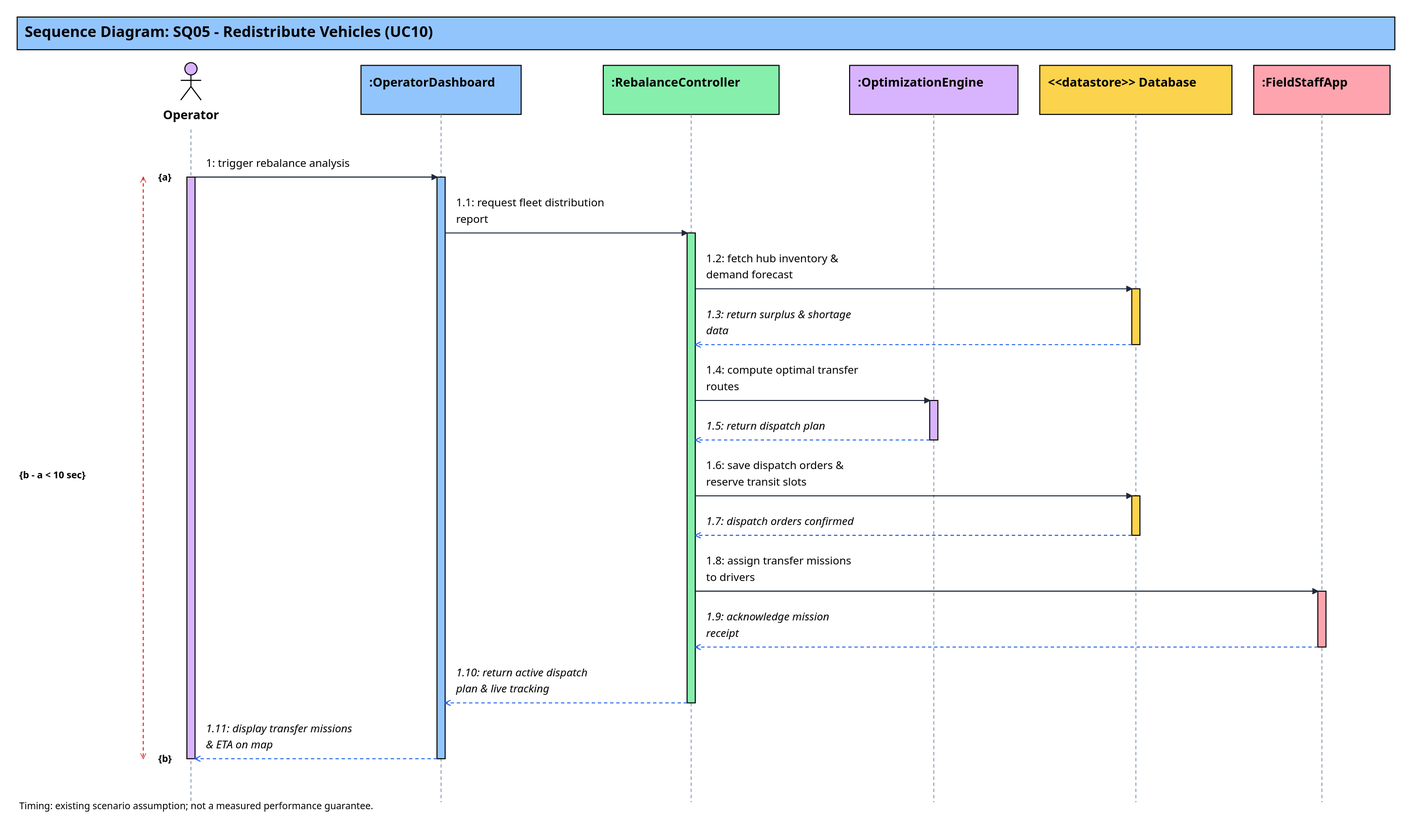
Above: 01_Diagram/02_Sequence_Diagram/SQ05-Redistribute_Vehicles.drawio.svg in YdtTran/software-engineerning (draw.io), before the change. Source tidied: cells renumbered, new cells last; positions are measured from the earlier drawing's top-left corner, leaving out a move shared by most shapes.
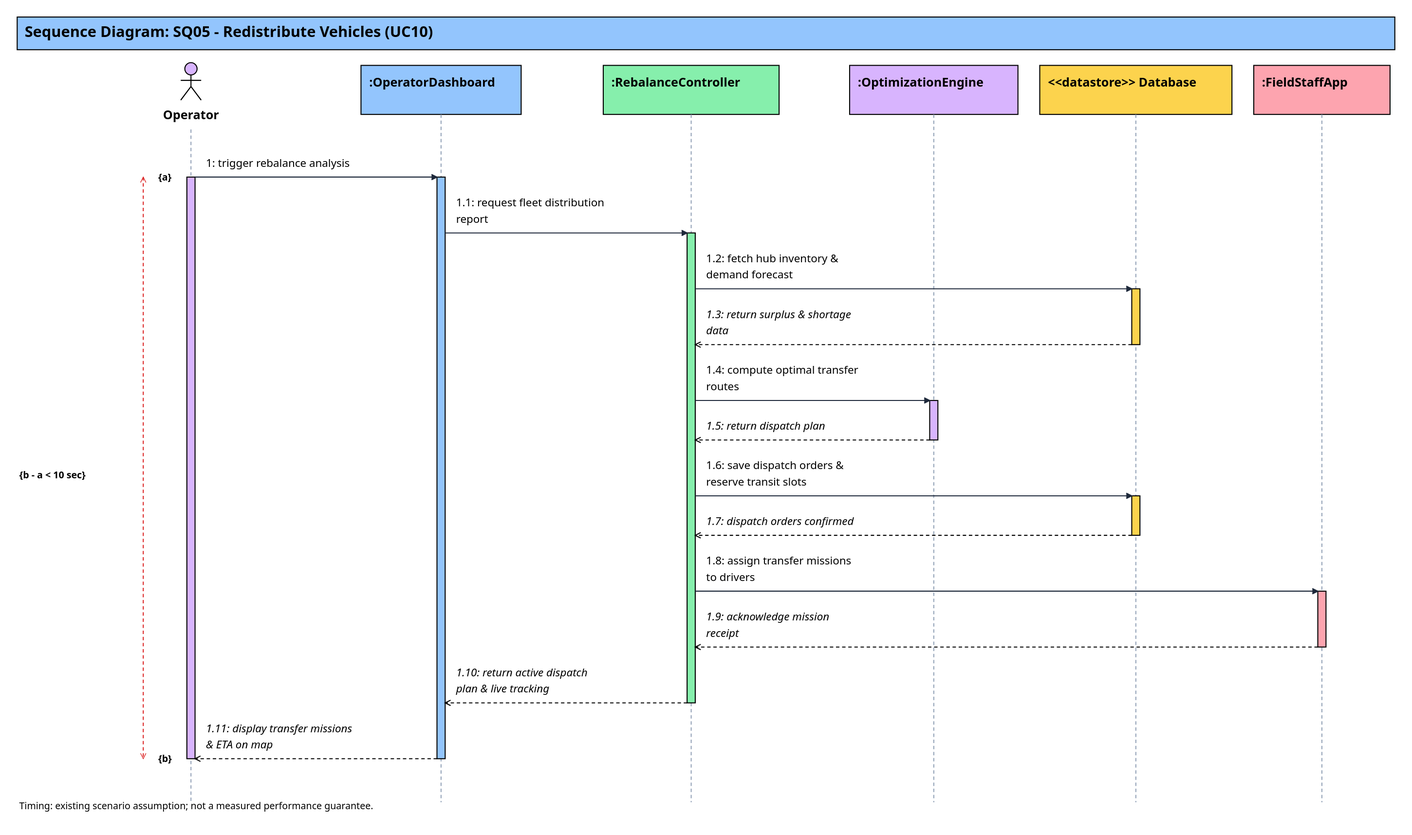
After the commit.

Diff of the diagram source:
```diff
@@ -131,7 +131,7 @@
     <mxCell id="35" value="1.2: fetch hub inventory &amp;&#10;demand forecast" style="html=0;fontFamily=Segoe UI;fontSize=16;fillColor=none;strokeColor=none;whiteSpace=wrap;text;align=left;verticalAlign=top;spacing=0;fontColor=#000000;fontSize=16;fontStyle=0;" parent="1" vertex="1">
       <mxGeometry x="1011" y="343" width="312" height="48" as="geometry" />
     </mxCell>
-    <mxCell id="36" style="html=0;noEdgeStyle=1;rounded=0;strokeColor=#2563eb;strokeWidth=1.5;endArrow=open;endFill=0;dashed=1;" parent="1" edge="1">
+    <mxCell id="36" style="html=0;noEdgeStyle=1;rounded=0;strokeColor=#000000;strokeWidth=1.5;endArrow=open;endFill=0;dashed=1;" parent="1" edge="1">
       <mxGeometry relative="1" as="geometry">
         <mxPoint x="1635.5" y="481" as="sourcePoint" />
         <mxPoint x="995" y="481" as="targetPoint" />
@@ -149,7 +149,7 @@
     <mxCell id="39" value="1.4: compute optimal transfer&#10;routes" style="html=0;fontFamily=Segoe UI;fontSize=16;fillColor=none;strokeColor=none;whiteSpace=wrap;text;align=left;verticalAlign=top;spacing=0;fontColor=#000000;fontSize=16;fontStyle=0;" parent="1" vertex="1">
       <mxGeometry x="1011" y="507" width="312" height="48" as="geometry" />
     </mxCell>
-    <mxCell id="40" style="html=0;noEdgeStyle=1;rounded=0;strokeColor=#2563eb;strokeWidth=1.5;endArrow=open;endFill=0;dashed=1;" parent="1" edge="1">
+    <mxCell id="40" style="html=0;noEdgeStyle=1;rounded=0;strokeColor=#000000;strokeWidth=1.5;endArrow=open;endFill=0;dashed=1;" parent="1" edge="1">
       <mxGeometry relative="1" as="geometry">
         <mxPoint x="1339" y="621" as="sourcePoint" />
         <mxPoint x="995" y="621" as="targetPoint" />
@@ -167,7 +167,7 @@
     <mxCell id="43" value="1.6: save dispatch orders &amp;&#10;reserve transit slots" style="html=0;fontFamily=Segoe UI;fontSize=16;fillColor=none;strokeColor=none;whiteSpace=wrap;text;align=left;verticalAlign=top;spacing=0;fontColor=#000000;fontSize=16;fontStyle=0;" parent="1" vertex="1">
       <mxGeometry x="1011" y="647" width="312" height="48" as="geometry" />
     </mxCell>
-    <mxCell id="44" style="html=0;noEdgeStyle=1;rounded=0;strokeColor=#2563eb;strokeWidth=1.5;endArrow=open;endFill=0;dashed=1;" parent="1" edge="1">
+    <mxCell id="44" style="html=0;noEdgeStyle=1;rounded=0;strokeColor=#000000;strokeWidth=1.5;endArrow=open;endFill=0;dashed=1;" parent="1" edge="1">
       <mxGeometry relative="1" as="geometry">
         <mxPoint x="1635.5" y="761" as="sourcePoint" />
         <mxPoint x="995" y="761" as="targetPoint" />
@@ -185,7 +185,7 @@
     <mxCell id="47" value="1.8: assign transfer missions&#10;to drivers" style="html=0;fontFamily=Segoe UI;fontSize=16;fillColor=none;strokeColor=none;whiteSpace=wrap;text;align=left;verticalAlign=top;spacing=0;fontColor=#000000;fontSize=16;fontStyle=0;" parent="1" vertex="1">
       <mxGeometry x="1011" y="787" width="312" height="48" as="geometry" />
     </mxCell>
-    <mxCell id="48" style="html=0;noEdgeStyle=1;rounded=0;strokeColor=#2563eb;strokeWidth=1.5;endArrow=open;endFill=0;dashed=1;" parent="1" edge="1">
+    <mxCell id="48" style="html=0;noEdgeStyle=1;rounded=0;strokeColor=#000000;strokeWidth=1.5;endArrow=open;endFill=0;dashed=1;" parent="1" edge="1">
       <mxGeometry relative="1" as="geometry">
         <mxPoint x="1908.5" y="925" as="sourcePoint" />
         <mxPoint x="995" y="925" as="targetPoint" />
@@ -194,7 +194,7 @@
     <mxCell id="49" value="1.9: acknowledge mission&#10;receipt" style="html=0;fontFamily=Segoe UI;fontSize=16;fillColor=none;strokeColor=none;whiteSpace=wrap;text;align=left;verticalAlign=top;spacing=0;fontColor=#000000;fontSize=16;fontStyle=2;" parent="1" vertex="1">
       <mxGeometry x="1011" y="869" width="312" height="48" as="geometry" />
     </mxCell>
-    <mxCell id="50" style="html=0;noEdgeStyle=1;rounded=0;strokeColor=#2563eb;strokeWidth=1.5;endArrow=open;endFill=0;dashed=1;" parent="1" edge="1">
+    <mxCell id="50" style="html=0;noEdgeStyle=1;rounded=0;strokeColor=#000000;strokeWidth=1.5;endArrow=open;endFill=0;dashed=1;" parent="1" edge="1">
       <mxGeometry relative="1" as="geometry">
         <mxPoint x="983" y="1007" as="sourcePoint" />
         <mxPoint x="628" y="1007" as="targetPoint" />
@@ -203,7 +203,7 @@
     <mxCell id="51" value="1.10: return active dispatch&#10;plan &amp; live tracking" style="html=0;fontFamily=Segoe UI;fontSize=16;fillColor=none;strokeColor=none;whiteSpace=wrap;text;align=left;verticalAlign=top;spacing=0;fontColor=#000000;fontSize=16;fontStyle=2;" parent="1" vertex="1">
       <mxGeometry x="644" y="951" width="323" height="48" as="geometry" />
     </mxCell>
-    <mxCell id="52" style="html=0;noEdgeStyle=1;rounded=0;strokeColor=#2563eb;strokeWidth=1.5;endArrow=open;endFill=0;dashed=1;" parent="1" edge="1">
+    <mxCell id="52" style="html=0;noEdgeStyle=1;rounded=0;strokeColor=#000000;strokeWidth=1.5;endArrow=open;endFill=0;dashed=1;" parent="1" edge="1">
       <mxGeometry relative="1" as="geometry">
         <mxPoint x="616" y="1089" as="sourcePoint" />
         <mxPoint x="261" y="1089" as="targetPoint" />
```
